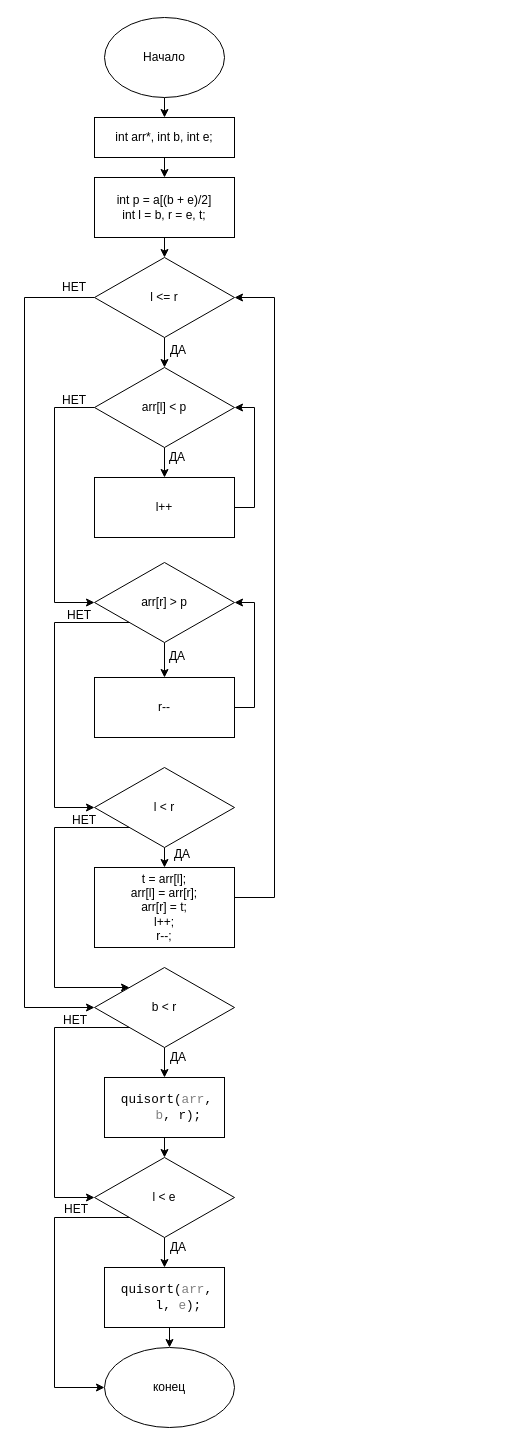
The draw.io diagram Lab 1/Лаб16-17.drawio in b8enly/Alg, before the edit. Source tidied: cells renumbered, new cells numbered last; positions are measured from the earlier drawing's top-left corner, leaving out a move shared by most shapes. Both pictures are drawn from the tidied source at 100%, with x=0, y=0 at pixel (24, 17).
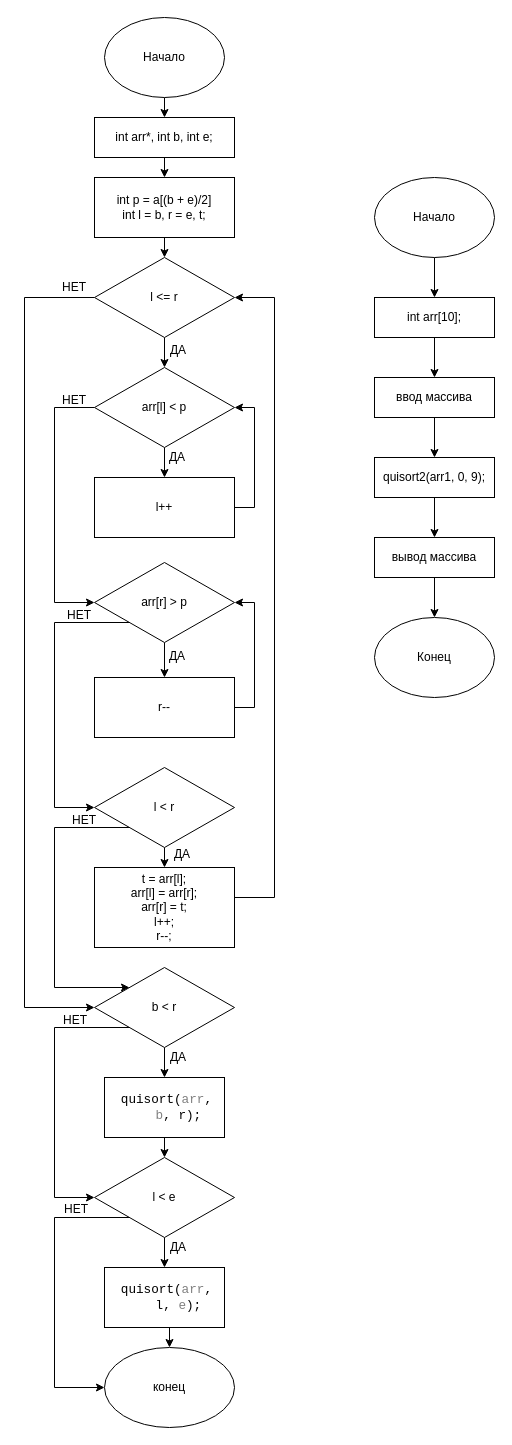
After the change.

The edit, as a diff of the source:
```diff
@@
+    <mxCell id="64" style="edgeStyle=orthogonalEdgeStyle;rounded=0;jettySize=auto;html=1;exitX=0.5;exitY=1;exitDx=0;exitDy=0;entryX=0.5;entryY=0;entryDx=0;entryDy=0;" parent="1" edge="1" source="65" target="67">
+      <mxGeometry relative="1" as="geometry" />
+    </mxCell>
+    <mxCell id="65" style="ellipse;whiteSpace=wrap;html=1;" parent="1" vertex="1">
+      <mxGeometry x="350" y="160" width="120" height="80" as="geometry" />
+    </mxCell>
+    <mxCell id="66" style="edgeStyle=orthogonalEdgeStyle;rounded=0;jettySize=auto;html=1;exitX=0.5;exitY=1;exitDx=0;exitDy=0;entryX=0.5;entryY=0;entryDx=0;entryDy=0;" parent="1" edge="1" source="67" target="69">
+      <mxGeometry relative="1" as="geometry" />
+    </mxCell>
+    <mxCell id="67" style="rounded=0;whiteSpace=wrap;html=1;" parent="1" vertex="1">
+      <mxGeometry x="350" y="280" width="120" height="40" as="geometry" />
+    </mxCell>
+    <mxCell id="68" style="edgeStyle=orthogonalEdgeStyle;rounded=0;jettySize=auto;html=1;exitX=0.5;exitY=1;exitDx=0;exitDy=0;entryX=0.5;entryY=0;entryDx=0;entryDy=0;" parent="1" edge="1" source="69" target="71">
+      <mxGeometry relative="1" as="geometry" />
+    </mxCell>
+    <mxCell id="69" style="rounded=0;whiteSpace=wrap;html=1;" parent="1" vertex="1">
+      <mxGeometry x="350" y="360" width="120" height="40" as="geometry" />
+    </mxCell>
+    <mxCell id="70" style="edgeStyle=orthogonalEdgeStyle;rounded=0;jettySize=auto;html=1;exitX=0.5;exitY=1;exitDx=0;exitDy=0;entryX=0.5;entryY=0;entryDx=0;entryDy=0;" parent="1" edge="1" source="71" target="73">
+      <mxGeometry relative="1" as="geometry" />
+    </mxCell>
+    <mxCell id="71" style="rounded=0;whiteSpace=wrap;html=1;" parent="1" vertex="1">
+      <mxGeometry x="350" y="440" width="120" height="40" as="geometry" />
+    </mxCell>
+    <mxCell id="72" style="edgeStyle=orthogonalEdgeStyle;rounded=0;jettySize=auto;html=1;exitX=0.5;exitY=1;exitDx=0;exitDy=0;entryX=0.5;entryY=0;entryDx=0;entryDy=0;" parent="1" edge="1" source="73" target="74">
+      <mxGeometry relative="1" as="geometry" />
+    </mxCell>
+    <mxCell id="73" style="rounded=0;whiteSpace=wrap;html=1;" parent="1" vertex="1">
+      <mxGeometry x="350" y="520" width="120" height="40" as="geometry" />
+    </mxCell>
+    <mxCell id="74" style="ellipse;whiteSpace=wrap;html=1;" parent="1" vertex="1">
+      <mxGeometry x="350" y="600" width="120" height="80" as="geometry" />
+    </mxCell>
+    <mxCell id="75" value="Начало" style="text;html=1;strokeColor=none;fillColor=none;align=center;verticalAlign=middle;whiteSpace=wrap;rounded=0;" parent="1" vertex="1">
+      <mxGeometry x="360" y="190" width="100" height="20" as="geometry" />
+    </mxCell>
+    <mxCell id="76" value="int arr[10];" style="text;html=1;strokeColor=none;fillColor=none;align=center;verticalAlign=middle;whiteSpace=wrap;rounded=0;" parent="1" vertex="1">
+      <mxGeometry x="350" y="290" width="120" height="20" as="geometry" />
+    </mxCell>
+    <mxCell id="77" value="ввод массива" style="text;html=1;strokeColor=none;fillColor=none;align=center;verticalAlign=middle;whiteSpace=wrap;rounded=0;" parent="1" vertex="1">
+      <mxGeometry x="350" y="370" width="120" height="20" as="geometry" />
+    </mxCell>
+    <mxCell id="78" value="вывод массива" style="text;html=1;strokeColor=none;fillColor=none;align=center;verticalAlign=middle;whiteSpace=wrap;rounded=0;" parent="1" vertex="1">
+      <mxGeometry x="350" y="530" width="120" height="20" as="geometry" />
+    </mxCell>
+    <mxCell id="79" value="quisort2(arr1, 0, 9);" style="text;html=1;strokeColor=none;fillColor=none;align=center;verticalAlign=middle;whiteSpace=wrap;rounded=0;" parent="1" vertex="1">
+      <mxGeometry x="350" y="450" width="120" height="20" as="geometry" />
+    </mxCell>
+    <mxCell id="80" value="Конец" style="text;html=1;strokeColor=none;fillColor=none;align=center;verticalAlign=middle;whiteSpace=wrap;rounded=0;" parent="1" vertex="1">
+      <mxGeometry x="360" y="630" width="100" height="20" as="geometry" />
+    </mxCell>
```
